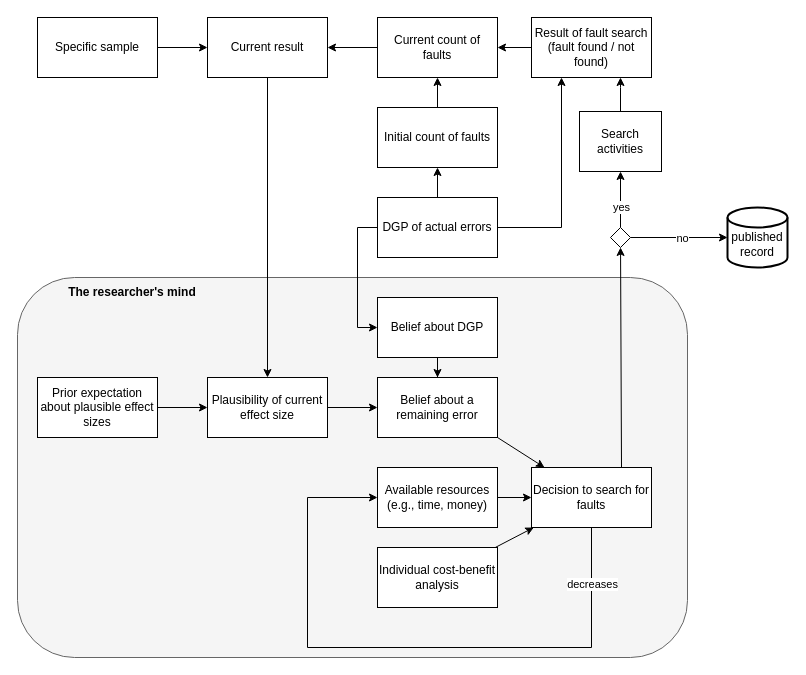
This is scientific_errors_VAST.drawio from nicebread/scientific_errors, a draw.io file, before an edit. Source tidied: cells renumbered, new cells numbered last; positions are measured from the earlier drawing's top-left corner, leaving out a move shared by most shapes. Both pictures are drawn from the tidied source at 100%, with x=0, y=0 at pixel (17, 17).
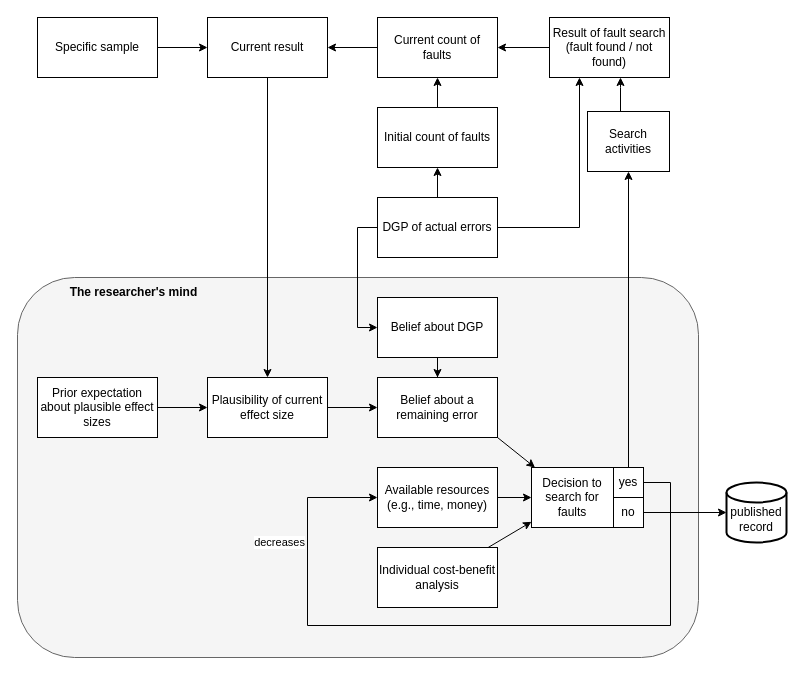
After the change.

Commit message:
Rearrange yes/no decision

Unchanged cells that the change refers to:
```xml
<mxCell id="10" value="Available resources (e.g., time, money)" style="rounded=0;whiteSpace=wrap;html=1;" parent="1" vertex="1">
  <mxGeometry x="360" y="450" width="120" height="60" as="geometry" />
</mxCell>
```

The edit, as a diff of the source:
```diff
@@
     <mxCell id="2" style="group;" parent="1" vertex="1">
-      <mxGeometry y="260" width="670" height="380" as="geometry" />
+      <mxGeometry y="260" width="681" height="380" as="geometry" />
     </mxCell>
     <mxCell id="3" style="rounded=1;whiteSpace=wrap;html=1;fillColor=#f5f5f5;fontColor=#333333;strokeColor=#666666;" parent="2" vertex="1">
-      <mxGeometry width="670" height="380" as="geometry" />
+      <mxGeometry width="681" height="380" as="geometry" />
     </mxCell>
     <mxCell id="4" value="The researcher's mind" style="text;html=1;strokeColor=none;fillColor=none;align=center;verticalAlign=middle;whiteSpace=wrap;rounded=0;fontStyle=1;" parent="2" vertex="1">
-      <mxGeometry x="20" width="190" height="30" as="geometry" />
+      <mxGeometry x="20.3" width="193.1" height="30" as="geometry" />
     </mxCell>
@@
-    <mxCell id="6" style="edgeStyle=orthogonalEdgeStyle;rounded=0;jettySize=auto;html=1;exitX=0.5;exitY=1;exitDx=0;exitDy=0;entryX=0;entryY=0.5;entryDx=0;entryDy=0;" parent="1" edge="1" source="8" target="10">
+    <mxCell id="6" style="edgeStyle=orthogonalEdgeStyle;rounded=0;jettySize=auto;html=1;exitX=1;exitY=0.5;exitDx=0;exitDy=0;entryX=0;entryY=0.5;entryDx=0;entryDy=0;" parent="1" edge="1" source="21" target="10">
       <mxGeometry relative="1" as="geometry">
         <Array as="points">
-          <mxPoint x="574" y="630" />
-          <mxPoint x="290" y="630" />
+          <mxPoint x="653" y="465" />
+          <mxPoint x="653" y="608" />
+          <mxPoint x="290" y="608" />
           <mxPoint x="290" y="480" />
         </Array>
       </mxGeometry>
     </mxCell>
     <mxCell id="7" value="decreases" style="edgeLabel;html=1;align=center;verticalAlign=middle;" parent="6" vertex="1">
-      <mxGeometry x="-0.82" relative="1" as="geometry" />
+      <mxGeometry x="-0.82" relative="1" as="geometry">
+        <mxPoint x="-392" y="20" as="offset" />
+      </mxGeometry>
     </mxCell>
     <mxCell id="8" value="Decision to search for faults" style="rounded=0;whiteSpace=wrap;html=1;" parent="1" vertex="1">
-      <mxGeometry x="514" y="450" width="120" height="60" as="geometry" />
+      <mxGeometry x="514" y="450" width="82" height="60" as="geometry" />
     </mxCell>
@@
     <mxCell id="19" value="Result of fault search&lt;br&gt;(fault found / not found)" style="rounded=0;whiteSpace=wrap;html=1;" parent="1" vertex="1">
-      <mxGeometry x="514" width="120" height="60" as="geometry" />
+      <mxGeometry x="532" width="120" height="60" as="geometry" />
     </mxCell>
-    <mxCell id="20" style="endArrow=classic;html=1;rounded=0;" parent="1" edge="1" source="33" target="43">
-      <mxGeometry relative="1" as="geometry" />
-    </mxCell>
-    <mxCell id="21" value="yes" style="edgeLabel;html=1;align=center;verticalAlign=middle;points=[];" parent="20" vertex="1">
-      <mxGeometry x="-0.25" y="5" relative="1" as="geometry">
-        <mxPoint x="5" as="offset" />
-      </mxGeometry>
-    </mxCell>
@@
-    <mxCell id="30" style="edgeStyle=none;jettySize=auto;html=1;rounded=0;exitX=1;exitY=0.5;exitDx=0;exitDy=0;" parent="1" edge="1" source="33">
-      <mxGeometry relative="1" as="geometry">
-        <mxPoint x="710" y="220" as="targetPoint" />
-      </mxGeometry>
+    <mxCell id="30" style="edgeStyle=none;jettySize=auto;html=1;rounded=0;entryX=0;entryY=0.5;entryDx=0;entryDy=0;entryPerimeter=0;" parent="1" edge="1" source="31" target="35">
+      <mxGeometry relative="1" as="geometry" />
     </mxCell>
-    <mxCell id="31" value="no" style="edgeLabel;html=1;align=center;verticalAlign=middle;points=[];" parent="30" vertex="1">
-      <mxGeometry x="0.05" y="-1" relative="1" as="geometry">
-        <mxPoint y="-1" as="offset" />
-      </mxGeometry>
-    </mxCell>
-    <mxCell id="32" style="endArrow=classic;html=1;rounded=0;exitX=0.75;exitY=0;exitDx=0;exitDy=0;" parent="1" edge="1" source="8" target="33">
+    <mxCell id="32" style="endArrow=classic;html=1;rounded=0;exitX=0.5;exitY=0;exitDx=0;exitDy=0;entryX=0.5;entryY=1;entryDx=0;entryDy=0;" parent="1" edge="1" source="21" target="43">
       <mxGeometry relative="1" as="geometry" />
     </mxCell>
-    <mxCell id="33" style="rhombus;whiteSpace=wrap;html=1;" parent="1" vertex="1">
-      <mxGeometry x="593" y="210" width="20" height="20" as="geometry" />
-    </mxCell>
@@
     <mxCell id="35" value="&lt;br&gt;published record" style="strokeWidth=2;html=1;shape=mxgraph.flowchart.database;whiteSpace=wrap;" parent="1" vertex="1">
-      <mxGeometry x="710" y="190" width="60" height="60" as="geometry" />
+      <mxGeometry x="709" y="465" width="60" height="60" as="geometry" />
     </mxCell>
@@
     <mxCell id="43" value="Search activities" style="rounded=0;whiteSpace=wrap;html=1;" parent="1" vertex="1">
-      <mxGeometry x="562" y="94" width="82" height="60" as="geometry" />
+      <mxGeometry x="570" y="94" width="82" height="60" as="geometry" />
     </mxCell>
+    <mxCell id="21" value="yes" style="rounded=0;whiteSpace=wrap;html=1;" parent="1" vertex="1">
+      <mxGeometry x="596" y="450" width="30" height="30" as="geometry" />
+    </mxCell>
+    <mxCell id="31" value="no" style="rounded=0;whiteSpace=wrap;html=1;" parent="1" vertex="1">
+      <mxGeometry x="596" y="480" width="30" height="30" as="geometry" />
+    </mxCell>
```
